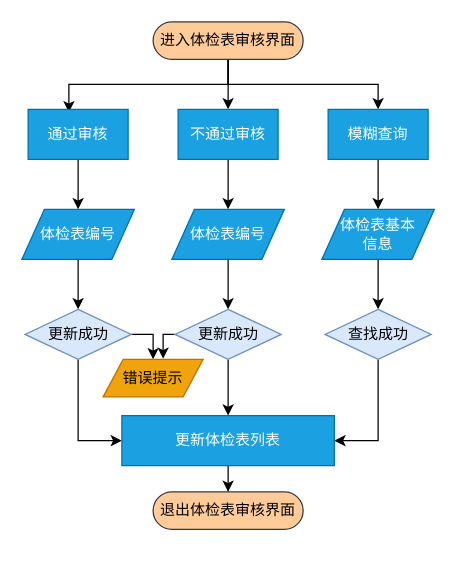
Above: jiaxiaoSystem/M03.drawio in Ringo-linqin/drawio (draw.io), before the change. Source tidied: cells renumbered, new cells numbered last; positions are measured from the earlier drawing's top-left corner, leaving out a move shared by most shapes. Both pictures are drawn from the tidied source at 125%, with x=0, y=0 at pixel (21, 21).
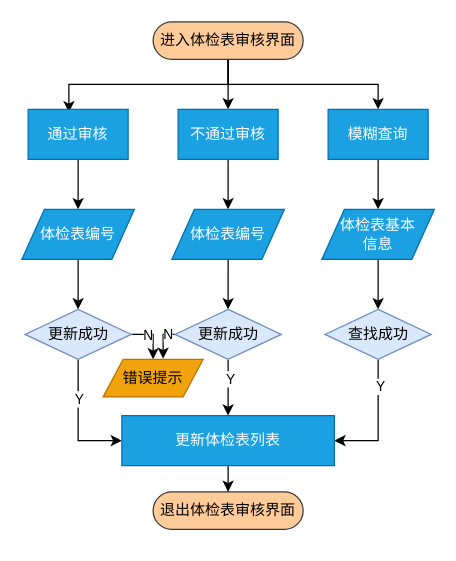
Above is the later version.

The change refers to these unchanged cells:
```xml
<mxCell id="19" style="edgeStyle=orthogonalEdgeStyle;rounded=0;jettySize=auto;html=1;exitX=1;exitY=0.5;exitDx=0;exitDy=0;entryX=0.5;entryY=0;entryDx=0;entryDy=0;" parent="1" edge="1" source="21" target="27">
  <mxGeometry relative="1" as="geometry" />
</mxCell>
<mxCell id="20" style="edgeStyle=orthogonalEdgeStyle;rounded=0;jettySize=auto;html=1;exitX=0.5;exitY=1;exitDx=0;exitDy=0;entryX=0;entryY=0.5;entryDx=0;entryDy=0;" parent="1" edge="1" source="21" target="29">
  <mxGeometry relative="1" as="geometry" />
</mxCell>
<mxCell id="22" style="edgeStyle=orthogonalEdgeStyle;rounded=0;jettySize=auto;html=1;exitX=0;exitY=0.5;exitDx=0;exitDy=0;entryX=0.6;entryY=-0.018;entryDx=0;entryDy=0;entryPerimeter=0;" parent="1" edge="1" source="24" target="27">
  <mxGeometry relative="1" as="geometry" />
</mxCell>
<mxCell id="23" style="edgeStyle=orthogonalEdgeStyle;rounded=0;jettySize=auto;html=1;exitX=0.5;exitY=1;exitDx=0;exitDy=0;entryX=0.5;entryY=0;entryDx=0;entryDy=0;" parent="1" edge="1" source="24" target="29">
  <mxGeometry relative="1" as="geometry" />
</mxCell>
<mxCell id="25" style="edgeStyle=orthogonalEdgeStyle;rounded=0;jettySize=auto;html=1;exitX=0.5;exitY=1;exitDx=0;exitDy=0;entryX=1;entryY=0.5;entryDx=0;entryDy=0;" parent="1" edge="1" source="26" target="29">
  <mxGeometry relative="1" as="geometry" />
</mxCell>
```

Diff of the diagram source:
```diff
@@
+    <mxCell id="31" value="N" style="edgeLabel;html=1;align=center;verticalAlign=middle;" parent="19" vertex="1">
+      <mxGeometry x="-0.32" relative="1" as="geometry" />
+    </mxCell>
@@
+    <mxCell id="32" value="Y" style="edgeLabel;html=1;align=center;verticalAlign=middle;" parent="20" vertex="1">
+      <mxGeometry x="-0.38" relative="1" as="geometry" />
+    </mxCell>
@@
+    <mxCell id="33" value="N" style="edgeLabel;html=1;align=center;verticalAlign=middle;" parent="22" vertex="1">
+      <mxGeometry x="-0.57" y="-1" relative="1" as="geometry" />
+    </mxCell>
@@
+    <mxCell id="34" value="Y" style="edgeLabel;html=1;align=center;verticalAlign=middle;" parent="23" vertex="1">
+      <mxGeometry x="-0.33" y="1" relative="1" as="geometry" />
+    </mxCell>
@@
+    <mxCell id="35" value="Y" style="edgeLabel;html=1;align=center;verticalAlign=middle;" parent="25" vertex="1">
+      <mxGeometry x="-0.58" y="1" relative="1" as="geometry" />
+    </mxCell>
```
